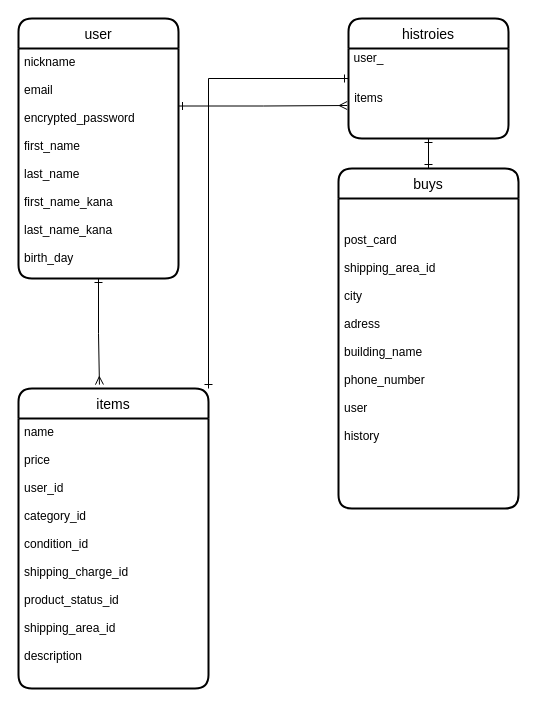
Above: test.dio in Masato0530/furima-35867 (draw.io), before the change. Source tidied: cells renumbered, new cells numbered last; positions are measured from the earlier drawing's top-left corner, leaving out a move shared by most shapes. Both pictures are drawn from the tidied source at 100%, with x=0, y=0 at pixel (18, 18).
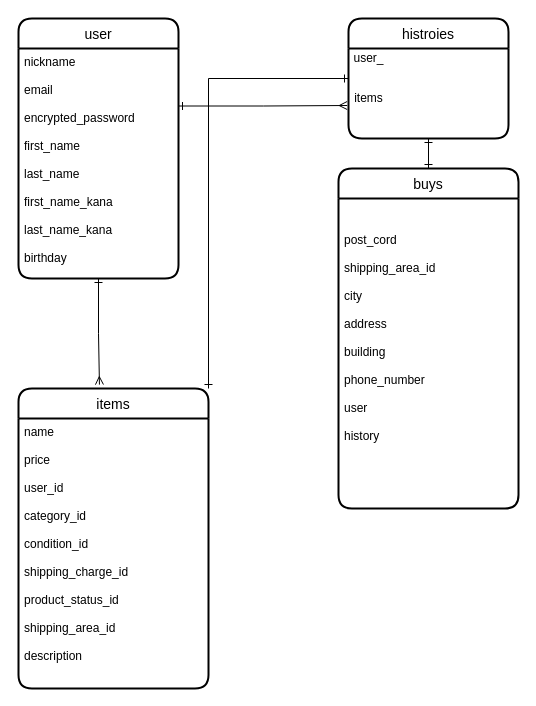
After the change.

Diff of the diagram source:
```diff
@@
 <mxGraphModel>
   <root>
     <mxCell id="0" />
     <mxCell id="1" parent="0" />
     <mxCell id="2" style="edgeStyle=orthogonalEdgeStyle;rounded=0;jettySize=auto;html=1;exitX=1;exitY=0;exitDx=0;exitDy=0;entryX=0;entryY=0.5;entryDx=0;entryDy=0;startArrow=ERone;startFill=0;endArrow=ERone;endFill=0;" parent="1" edge="1" source="3" target="5">
       <mxGeometry relative="1" as="geometry" />
     </mxCell>
     <mxCell id="3" value="items" style="swimlane;horizontal=1;startSize=30;rounded=1;fontSize=14;fontStyle=0;strokeWidth=2;shadow=0;dashed=0;align=center;fillColor=none;" parent="1" vertex="1">
       <mxGeometry y="370" width="190" height="300" as="geometry" />
     </mxCell>
     <mxCell id="4" value="name&#10;&#10;price&#10;&#10;user_id&#10;&#10;category_id&#10;&#10;condition_id&#10;&#10;shipping_charge_id&#10;&#10;product_status_id&#10;&#10;shipping_area_id&#10;&#10;description" style="align=left;strokeColor=none;fillColor=none;spacingLeft=4;fontSize=12;verticalAlign=top;" parent="3" vertex="1">
       <mxGeometry y="30" width="190" height="270" as="geometry" />
     </mxCell>
     <mxCell id="5" value="histroies" style="swimlane;horizontal=1;startSize=30;rounded=1;fontSize=14;fontStyle=0;strokeWidth=2;shadow=0;dashed=0;align=center;fillColor=none;" parent="1" vertex="1">
       <mxGeometry x="330" width="160" height="120" as="geometry" />
     </mxCell>
     <mxCell id="6" style="edgeStyle=orthogonalEdgeStyle;rounded=0;jettySize=auto;html=1;exitX=0.5;exitY=0;exitDx=0;exitDy=0;entryX=0.5;entryY=1;entryDx=0;entryDy=0;startArrow=ERone;startFill=0;endArrow=ERone;endFill=0;" parent="1" edge="1" source="7" target="5">
       <mxGeometry relative="1" as="geometry" />
     </mxCell>
     <mxCell id="7" value="buys" style="swimlane;horizontal=1;startSize=30;rounded=1;fontSize=14;fontStyle=0;strokeWidth=2;shadow=0;dashed=0;align=center;fillColor=none;" parent="1" vertex="1">
       <mxGeometry x="320" y="150" width="180" height="340" as="geometry" />
     </mxCell>
-    <mxCell id="8" value="&#10;&#10;post_card&#10;&#10;shipping_area_id&#10;&#10;city&#10;&#10;adress&#10;&#10;building_name&#10;&#10;phone_number&#10;&#10;user&#10;&#10;history&#10;&#10;" style="align=left;strokeColor=none;fillColor=none;spacingLeft=4;fontSize=12;verticalAlign=top;" parent="7" vertex="1">
+    <mxCell id="8" value="&#10;&#10;post_cord&#10;&#10;shipping_area_id&#10;&#10;city&#10;&#10;address&#10;&#10;building&#10;&#10;phone_number&#10;&#10;user&#10;&#10;history&#10;&#10;" style="align=left;strokeColor=none;fillColor=none;spacingLeft=4;fontSize=12;verticalAlign=top;" parent="7" vertex="1">
       <mxGeometry y="30" width="180" height="310" as="geometry" />
     </mxCell>
     <mxCell id="9" style="edgeStyle=orthogonalEdgeStyle;rounded=0;orthogonalLoop=1;jettySize=auto;html=1;exitX=0.5;exitY=1;exitDx=0;exitDy=0;" parent="7" edge="1" source="8" target="8">
       <mxGeometry relative="1" as="geometry" />
     </mxCell>
     <mxCell id="10" style="edgeStyle=orthogonalEdgeStyle;rounded=0;orthogonalLoop=1;jettySize=auto;html=1;exitX=0.5;exitY=1;exitDx=0;exitDy=0;" parent="7" edge="1" source="8" target="8">
       <mxGeometry relative="1" as="geometry" />
     </mxCell>
     <mxCell id="11" style="edgeStyle=orthogonalEdgeStyle;rounded=0;orthogonalLoop=1;jettySize=auto;html=1;exitX=0.5;exitY=1;exitDx=0;exitDy=0;startArrow=ERone;startFill=0;endArrow=ERmany;endFill=0;" parent="7" edge="1" source="8" target="8">
       <mxGeometry relative="1" as="geometry" />
     </mxCell>
     <mxCell id="12" value="user_" style="text;html=1;align=center;verticalAlign=middle;" parent="1" vertex="1">
       <mxGeometry x="325" y="30" width="50" height="20" as="geometry" />
     </mxCell>
     <mxCell id="13" value="items" style="text;html=1;align=center;verticalAlign=middle;points=[];" parent="1" vertex="1">
       <mxGeometry x="330" y="70" width="40" height="20" as="geometry" />
     </mxCell>
     <mxCell id="14" value="user" style="swimlane;horizontal=1;startSize=30;rounded=1;fontSize=14;fontStyle=0;strokeWidth=2;shadow=0;dashed=0;align=center;" parent="1" vertex="1">
       <mxGeometry width="160" height="260" as="geometry" />
     </mxCell>
-    <mxCell id="15" value="nickname&#10;&#10;email&#10;&#10;encrypted_password&#10;&#10;first_name&#10;&#10;last_name&#10;&#10;first_name_kana&#10;&#10;last_name_kana&#10;&#10;birth_day&#10;&#10;&#10;&#10;&#10;" style="align=left;strokeColor=none;fillColor=none;spacingLeft=4;fontSize=12;verticalAlign=top;" parent="14" vertex="1">
+    <mxCell id="15" value="nickname&#10;&#10;email&#10;&#10;encrypted_password&#10;&#10;first_name&#10;&#10;last_name&#10;&#10;first_name_kana&#10;&#10;last_name_kana&#10;&#10;birthday&#10;&#10;&#10;&#10;" style="align=left;strokeColor=none;fillColor=none;spacingLeft=4;fontSize=12;verticalAlign=top;" parent="14" vertex="1">
       <mxGeometry y="30" width="160" height="230" as="geometry" />
     </mxCell>
     <mxCell id="16" style="edgeStyle=orthogonalEdgeStyle;rounded=0;jettySize=auto;html=1;exitX=1;exitY=0.25;exitDx=0;exitDy=0;entryX=-0.033;entryY=0.85;entryDx=0;entryDy=0;entryPerimeter=0;startArrow=ERone;startFill=0;endArrow=ERmany;endFill=0;" parent="1" edge="1" source="15" target="13">
       <mxGeometry relative="1" as="geometry" />
     </mxCell>
     <mxCell id="17" style="edgeStyle=orthogonalEdgeStyle;rounded=0;jettySize=auto;html=1;exitX=0.5;exitY=1;exitDx=0;exitDy=0;entryX=0.426;entryY=-0.013;entryDx=0;entryDy=0;entryPerimeter=0;startArrow=ERone;startFill=0;endArrow=ERmany;endFill=0;" parent="1" edge="1" source="15" target="3">
       <mxGeometry relative="1" as="geometry" />
     </mxCell>
   </root>
 </mxGraphModel>
```
